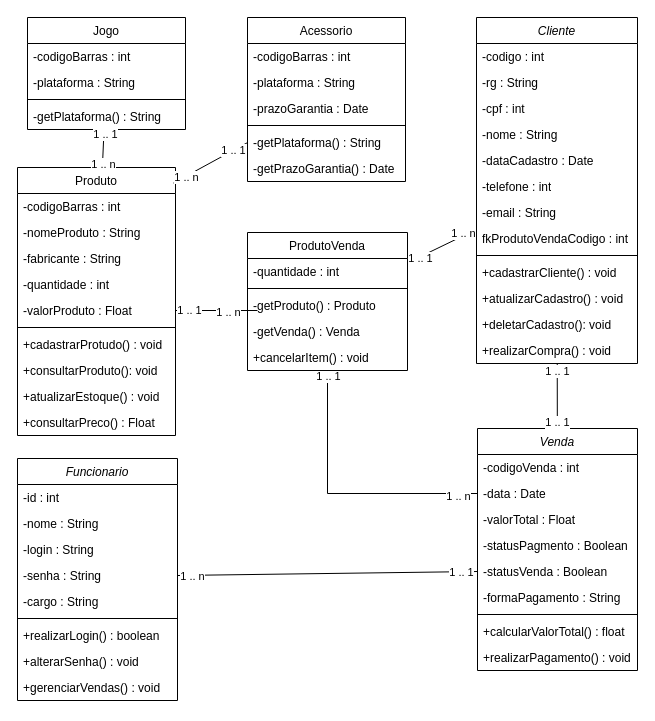
The draw.io diagram diagrama_loja_geek_pim_vi.drawio in matheusbatista1/class_diagram_loja_geek, before the edit. Source tidied: cells renumbered, new cells numbered last; positions are measured from the earlier drawing's top-left corner, leaving out a move shared by most shapes. Both pictures are drawn from the tidied source at 100%, with x=0, y=0 at pixel (17, 17).
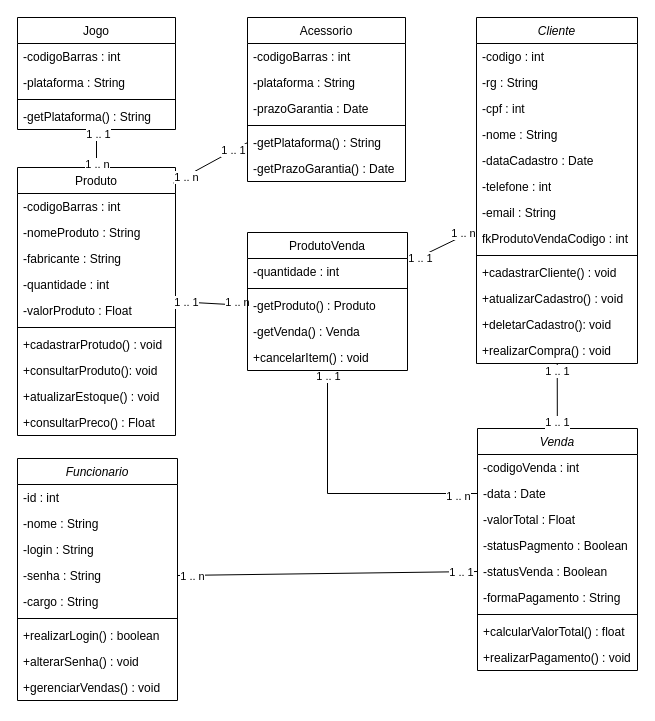
The same diagram, later.

Unchanged cells that the change refers to:
```xml
<mxCell id="36" value="Produto" style="swimlane;fontStyle=0;align=center;verticalAlign=top;horizontal=1;startSize=26;rounded=0;shadow=0;strokeWidth=1;" parent="1" vertex="1">
  <mxGeometry y="150" width="158" height="268" as="geometry" />
</mxCell>
<mxCell id="41" value="-valorProduto : Float" style="text;strokeColor=none;fillColor=none;align=left;verticalAlign=top;spacingLeft=4;spacingRight=4;overflow=hidden;points=[[0,0.5],[1,0.5]];portConstraint=eastwest;whiteSpace=wrap;html=1;" parent="36" vertex="1">
  <mxGeometry y="130" width="158" height="26" as="geometry" />
</mxCell>
<mxCell id="80" value="-getProduto() : Produto" style="text;strokeColor=none;fillColor=none;align=left;verticalAlign=top;spacingLeft=4;spacingRight=4;overflow=hidden;points=[[0,0.5],[1,0.5]];portConstraint=eastwest;whiteSpace=wrap;html=1;" parent="77" vertex="1">
  <mxGeometry y="60" width="160" height="26" as="geometry" />
</mxCell>
```

What changed in the source:
```diff
@@
     <mxCell id="47" value="Jogo" style="swimlane;fontStyle=0;align=center;verticalAlign=top;horizontal=1;startSize=26;rounded=0;shadow=0;strokeWidth=1;" parent="1" vertex="1">
-      <mxGeometry x="10" width="158" height="112" as="geometry" />
+      <mxGeometry width="158" height="112" as="geometry" />
     </mxCell>
@@
-    <mxCell id="68" style="endArrow=none;html=1;rounded=0;exitX=1;exitY=0.5;exitDx=0;exitDy=0;" parent="1" edge="1" source="41">
-      <mxGeometry relative="1" as="geometry">
-        <mxPoint x="240" y="293" as="targetPoint" />
-      </mxGeometry>
+    <mxCell id="68" style="endArrow=none;html=1;rounded=0;exitX=1;exitY=0.5;exitDx=0;exitDy=0;entryX=0;entryY=0.5;entryDx=0;entryDy=0;" parent="1" edge="1" source="36" target="80">
+      <mxGeometry relative="1" as="geometry" />
     </mxCell>
     <mxCell id="69" value="1 .. n" style="edgeLabel;html=1;align=center;verticalAlign=middle;" parent="68" vertex="1">
       <mxGeometry x="0.6" y="-1" relative="1" as="geometry">
-        <mxPoint x="-14" as="offset" />
+        <mxPoint x="4" y="-4" as="offset" />
       </mxGeometry>
     </mxCell>
```
